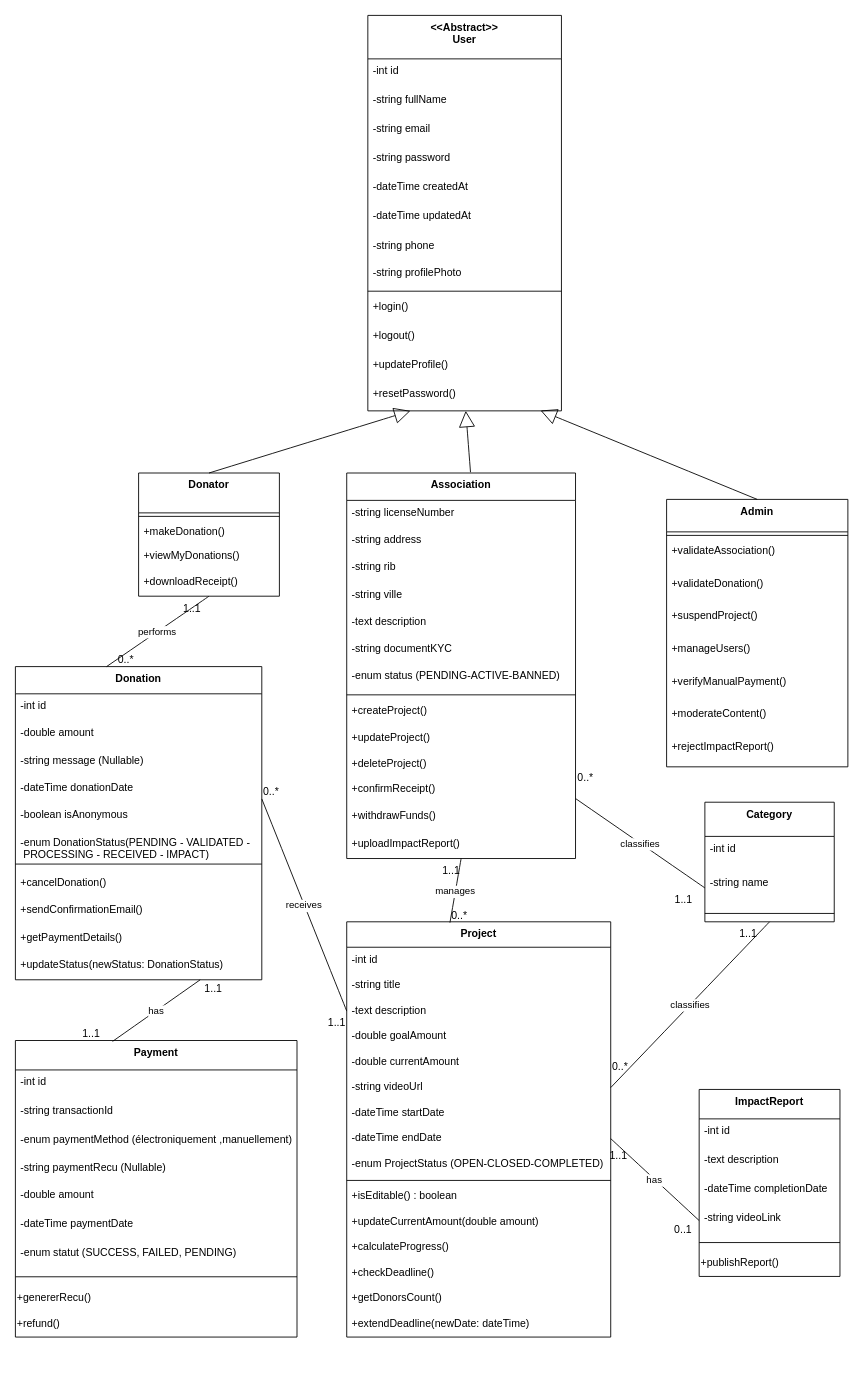
khadijaabirat/fil-rouge keeps this draw.io diagram as DiagrammeDeClasse.drawio. Above is the earlier version. Source tidied: cells renumbered, new cells numbered last; positions are measured from the earlier drawing's top-left corner, leaving out a move shared by most shapes. Both pictures are drawn from the tidied source at 88%, with x=0, y=0 at pixel (15, 15).
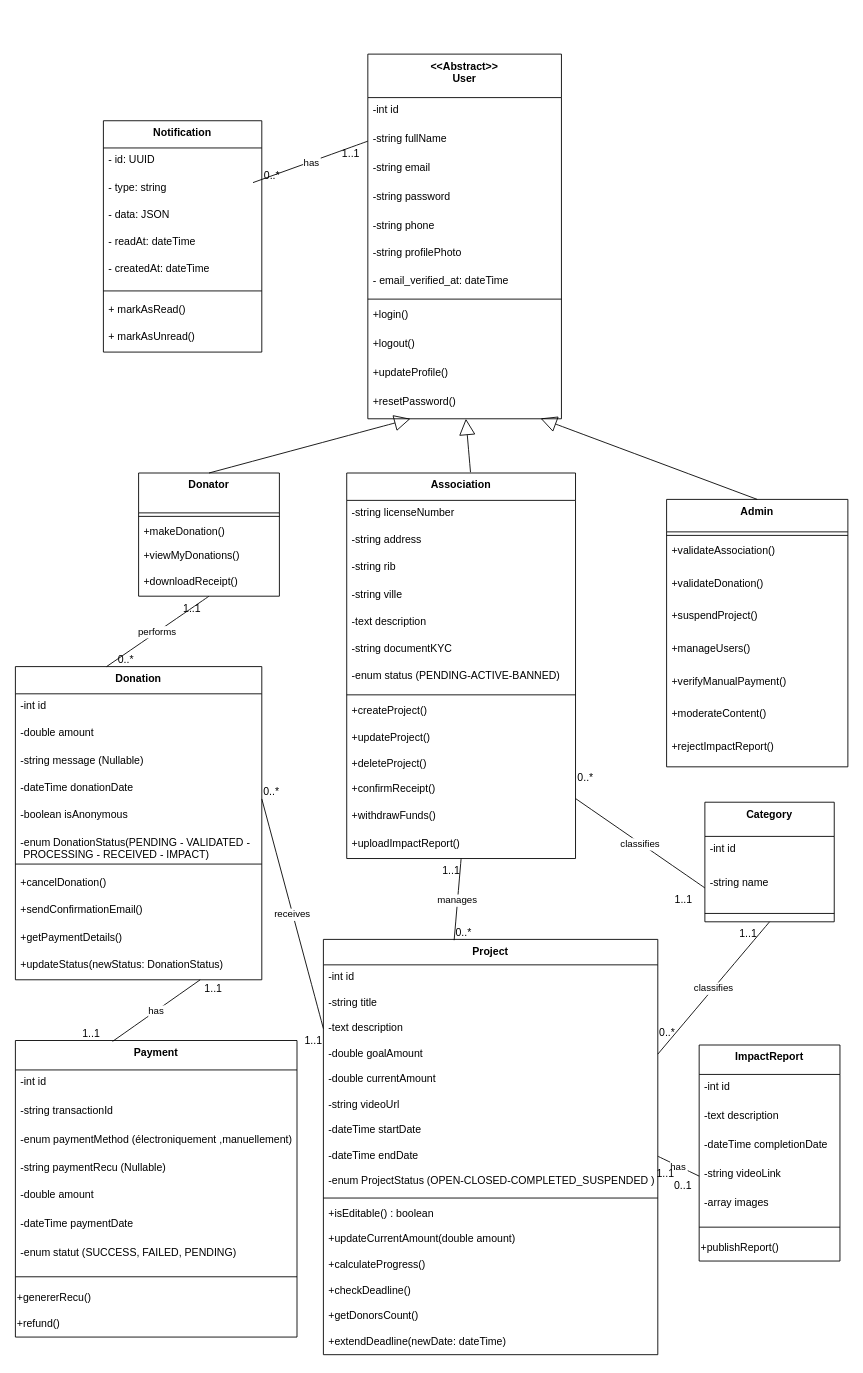
After the change.

Commit message:
docs(diagrams): update class diagram structure

The change refers to these unchanged cells:
```xml
<mxCell id="4" value="-string fullName" style="text;strokeColor=none;fillColor=none;align=left;verticalAlign=top;spacingLeft=4;spacingRight=4;overflow=hidden;points=[[0,0.5],[1,0.5]];portConstraint=eastwest;" parent="2" vertex="1">
  <mxGeometry y="82.4" width="220" height="33" as="geometry" />
</mxCell>
<mxCell id="74" value="Category" style="swimlane;fontStyle=1;align=center;verticalAlign=top;horizontal=1;startSize=38.857142857142854;" parent="1" vertex="1">
  <mxGeometry x="783.5" y="894.1" width="147" height="135.9" as="geometry" />
</mxCell>
```

Change to the diagram source:
```diff
@@
     <mxCell id="2" value="&lt;&lt;Abstract&gt;&gt;&#10;User" style="swimlane;fontStyle=1;align=center;verticalAlign=top;horizontal=1;startSize=49.41176470588235;" parent="1" vertex="1">
-      <mxGeometry x="400.5" width="220" height="449.4" as="geometry" />
+      <mxGeometry x="400.5" y="44" width="220" height="414.4" as="geometry" />
     </mxCell>
@@
-    <mxCell id="7" value="-dateTime createdAt" style="text;strokeColor=none;fillColor=none;align=left;verticalAlign=top;spacingLeft=4;spacingRight=4;overflow=hidden;" parent="2" vertex="1">
-      <mxGeometry y="181.4" width="220" height="33" as="geometry" />
-    </mxCell>
-    <mxCell id="8" value="-dateTime updatedAt" style="text;strokeColor=none;fillColor=none;align=left;verticalAlign=top;spacingLeft=4;spacingRight=4;overflow=hidden;" parent="2" vertex="1">
-      <mxGeometry y="214.4" width="220" height="33" as="geometry" />
-    </mxCell>
     <mxCell id="9" value="-string phone" style="text;strokeColor=none;fillColor=none;align=left;verticalAlign=top;spacingLeft=4;spacingRight=4;overflow=hidden;" parent="2" vertex="1">
-      <mxGeometry y="247.4" width="220" height="31" as="geometry" />
+      <mxGeometry y="181.4" width="220" height="31" as="geometry" />
     </mxCell>
     <mxCell id="10" value="-string profilePhoto" style="text;strokeColor=none;fillColor=none;align=left;verticalAlign=top;spacingLeft=4;spacingRight=4;overflow=hidden;" parent="2" vertex="1">
-      <mxGeometry y="278.4" width="220" height="31" as="geometry" />
+      <mxGeometry y="212.4" width="220" height="31" as="geometry" />
     </mxCell>
+    <mxCell id="120" value="- email_verified_at: dateTime&#10;&#10;" style="text;strokeColor=none;fillColor=none;align=left;verticalAlign=top;spacingLeft=4;spacingRight=4;overflow=hidden;" parent="2" vertex="1">
+      <mxGeometry y="243.4" width="220" height="31" as="geometry" />
+    </mxCell>
     <mxCell id="11" style="line;strokeWidth=1;fillColor=none;align=left;verticalAlign=middle;spacingTop=-1;spacingLeft=3;spacingRight=3;labelPosition=right;strokeColor=inherit;" parent="2" vertex="1">
-      <mxGeometry y="309.4" width="220" height="8" as="geometry" />
+      <mxGeometry y="274.4" width="220" height="8" as="geometry" />
     </mxCell>
     <mxCell id="12" value="+login()" style="text;strokeColor=none;fillColor=none;align=left;verticalAlign=top;spacingLeft=4;spacingRight=4;overflow=hidden;" parent="2" vertex="1">
-      <mxGeometry y="317.4" width="220" height="33" as="geometry" />
+      <mxGeometry y="282.4" width="220" height="33" as="geometry" />
     </mxCell>
     <mxCell id="13" value="+logout()" style="text;strokeColor=none;fillColor=none;align=left;verticalAlign=top;spacingLeft=4;spacingRight=4;overflow=hidden;" parent="2" vertex="1">
-      <mxGeometry y="350.4" width="220" height="33" as="geometry" />
+      <mxGeometry y="315.4" width="220" height="33" as="geometry" />
     </mxCell>
     <mxCell id="14" value="+updateProfile()" style="text;strokeColor=none;fillColor=none;align=left;verticalAlign=top;spacingLeft=4;spacingRight=4;overflow=hidden;" parent="2" vertex="1">
-      <mxGeometry y="383.4" width="220" height="33" as="geometry" />
+      <mxGeometry y="348.4" width="220" height="33" as="geometry" />
     </mxCell>
     <mxCell id="15" value="+resetPassword()&#10;&#10;" style="text;strokeColor=none;fillColor=none;align=left;verticalAlign=top;spacingLeft=4;spacingRight=4;overflow=hidden;points=[[0,0.5],[1,0.5]];portConstraint=eastwest;" parent="2" vertex="1">
-      <mxGeometry y="416.4" width="220" height="33" as="geometry" />
+      <mxGeometry y="381.4" width="220" height="33" as="geometry" />
     </mxCell>
@@
     <mxCell id="45" value="Project" style="swimlane;fontStyle=1;align=center;verticalAlign=top;horizontal=1;startSize=28.923076923076923;" parent="1" vertex="1">
-      <mxGeometry x="376.5" y="1030" width="300" height="471.9" as="geometry" />
+      <mxGeometry x="350" y="1050" width="380" height="471.9" as="geometry" />
     </mxCell>
     <mxCell id="46" value="-int id" style="text;strokeColor=none;fillColor=none;align=left;verticalAlign=top;spacingLeft=4;spacingRight=4;overflow=hidden;" parent="45" vertex="1">
-      <mxGeometry y="28.9" width="300" height="29" as="geometry" />
+      <mxGeometry y="28.9" width="380" height="29" as="geometry" />
     </mxCell>
     <mxCell id="47" value="-string title" style="text;strokeColor=none;fillColor=none;align=left;verticalAlign=top;spacingLeft=4;spacingRight=4;overflow=hidden;" parent="45" vertex="1">
-      <mxGeometry y="57.9" width="300" height="29" as="geometry" />
+      <mxGeometry y="57.9" width="380" height="29" as="geometry" />
     </mxCell>
     <mxCell id="48" value="-text description" style="text;strokeColor=none;fillColor=none;align=left;verticalAlign=top;spacingLeft=4;spacingRight=4;overflow=hidden;points=[[0,0.5],[1,0.5]];portConstraint=eastwest;" parent="45" vertex="1">
-      <mxGeometry y="86.9" width="300" height="29" as="geometry" />
+      <mxGeometry y="86.9" width="380" height="29" as="geometry" />
     </mxCell>
     <mxCell id="49" value="-double goalAmount" style="text;strokeColor=none;fillColor=none;align=left;verticalAlign=top;spacingLeft=4;spacingRight=4;overflow=hidden;points=[[0,0.5],[1,0.5]];portConstraint=eastwest;" parent="45" vertex="1">
-      <mxGeometry y="115.9" width="300" height="29" as="geometry" />
+      <mxGeometry y="115.9" width="380" height="29" as="geometry" />
     </mxCell>
     <mxCell id="50" value="-double currentAmount" style="text;strokeColor=none;fillColor=none;align=left;verticalAlign=top;spacingLeft=4;spacingRight=4;overflow=hidden;" parent="45" vertex="1">
-      <mxGeometry y="144.9" width="300" height="29" as="geometry" />
+      <mxGeometry y="144.9" width="380" height="29" as="geometry" />
     </mxCell>
     <mxCell id="51" value="-string videoUrl" style="text;strokeColor=none;fillColor=none;align=left;verticalAlign=top;spacingLeft=4;spacingRight=4;overflow=hidden;points=[[0,0.5],[1,0.5]];portConstraint=eastwest;" parent="45" vertex="1">
-      <mxGeometry y="173.9" width="300" height="29" as="geometry" />
+      <mxGeometry y="173.9" width="380" height="29" as="geometry" />
     </mxCell>
     <mxCell id="52" value="-dateTime startDate" style="text;strokeColor=none;fillColor=none;align=left;verticalAlign=top;spacingLeft=4;spacingRight=4;overflow=hidden;" parent="45" vertex="1">
-      <mxGeometry y="202.9" width="300" height="29" as="geometry" />
+      <mxGeometry y="202.9" width="380" height="29" as="geometry" />
     </mxCell>
     <mxCell id="53" value="-dateTime endDate" style="text;strokeColor=none;fillColor=none;align=left;verticalAlign=top;spacingLeft=4;spacingRight=4;overflow=hidden;points=[[0,0.5],[1,0.5]];portConstraint=eastwest;" parent="45" vertex="1">
-      <mxGeometry y="231.9" width="300" height="29" as="geometry" />
+      <mxGeometry y="231.9" width="380" height="29" as="geometry" />
     </mxCell>
-    <mxCell id="54" value="-enum ProjectStatus (OPEN-CLOSED-COMPLETED)" style="text;strokeColor=none;fillColor=none;align=left;verticalAlign=top;spacingLeft=4;spacingRight=4;overflow=hidden;" parent="45" vertex="1">
-      <mxGeometry y="260.9" width="300" height="29" as="geometry" />
+    <mxCell id="54" value="-enum ProjectStatus (OPEN-CLOSED-COMPLETED_SUSPENDED )" style="text;strokeColor=none;fillColor=none;align=left;verticalAlign=top;spacingLeft=4;spacingRight=4;overflow=hidden;" parent="45" vertex="1">
+      <mxGeometry y="260.9" width="380" height="29" as="geometry" />
     </mxCell>
     <mxCell id="55" style="line;strokeWidth=1;fillColor=none;align=left;verticalAlign=middle;spacingTop=-1;spacingLeft=3;spacingRight=3;labelPosition=right;strokeColor=inherit;" parent="45" vertex="1">
-      <mxGeometry y="289.9" width="300" height="8" as="geometry" />
+      <mxGeometry y="289.9" width="380" height="8" as="geometry" />
     </mxCell>
     <mxCell id="56" value="+isEditable() : boolean" style="text;strokeColor=none;fillColor=none;align=left;verticalAlign=top;spacingLeft=4;spacingRight=4;overflow=hidden;" parent="45" vertex="1">
-      <mxGeometry y="297.9" width="300" height="29" as="geometry" />
+      <mxGeometry y="297.9" width="380" height="29" as="geometry" />
     </mxCell>
     <mxCell id="57" value="+updateCurrentAmount(double amount)" style="text;strokeColor=none;fillColor=none;align=left;verticalAlign=top;spacingLeft=4;spacingRight=4;overflow=hidden;" parent="45" vertex="1">
-      <mxGeometry y="326.9" width="300" height="29" as="geometry" />
+      <mxGeometry y="326.9" width="380" height="29" as="geometry" />
     </mxCell>
     <mxCell id="58" value="+calculateProgress()" style="text;strokeColor=none;fillColor=none;align=left;verticalAlign=top;spacingLeft=4;spacingRight=4;overflow=hidden;" parent="45" vertex="1">
-      <mxGeometry y="355.9" width="300" height="29" as="geometry" />
+      <mxGeometry y="355.9" width="380" height="29" as="geometry" />
     </mxCell>
     <mxCell id="59" value="+checkDeadline()" style="text;strokeColor=none;fillColor=none;align=left;verticalAlign=top;spacingLeft=4;spacingRight=4;overflow=hidden;" parent="45" vertex="1">
-      <mxGeometry y="384.9" width="300" height="29" as="geometry" />
+      <mxGeometry y="384.9" width="380" height="29" as="geometry" />
     </mxCell>
     <mxCell id="60" value="+getDonorsCount()" style="text;strokeColor=none;fillColor=none;align=left;verticalAlign=top;spacingLeft=4;spacingRight=4;overflow=hidden;" parent="45" vertex="1">
-      <mxGeometry y="413.9" width="300" height="29" as="geometry" />
+      <mxGeometry y="413.9" width="380" height="29" as="geometry" />
     </mxCell>
     <mxCell id="61" value="+extendDeadline(newDate: dateTime)&#10;&#10;" style="text;strokeColor=none;fillColor=none;align=left;verticalAlign=top;spacingLeft=4;spacingRight=4;overflow=hidden;" parent="45" vertex="1">
-      <mxGeometry y="442.9" width="300" height="29" as="geometry" />
+      <mxGeometry y="442.9" width="380" height="29" as="geometry" />
     </mxCell>
@@
     <mxCell id="78" value="ImpactReport" style="swimlane;fontStyle=1;align=center;verticalAlign=top;horizontal=1;startSize=33.45454545454545;" parent="1" vertex="1">
-      <mxGeometry x="777" y="1220.5" width="160" height="212.5" as="geometry" />
+      <mxGeometry x="777" y="1170" width="160" height="245.5" as="geometry" />
     </mxCell>
@@
+    <mxCell id="121" value="-array images" style="text;strokeColor=none;fillColor=none;align=left;verticalAlign=top;spacingLeft=4;spacingRight=4;overflow=hidden;" parent="78" vertex="1">
+      <mxGeometry y="165.5" width="160" height="33" as="geometry" />
+    </mxCell>
     <mxCell id="83" style="line;strokeWidth=1;fillColor=none;align=left;verticalAlign=middle;spacingTop=-1;spacingLeft=3;spacingRight=3;labelPosition=right;strokeColor=inherit;" parent="78" vertex="1">
-      <mxGeometry y="165.5" width="160" height="17" as="geometry" />
+      <mxGeometry y="198.5" width="160" height="17" as="geometry" />
     </mxCell>
     <mxCell id="84" value="+publishReport()" style="text;html=1;whiteSpace=wrap;strokeColor=none;fillColor=none;align=left;verticalAlign=middle;rounded=0;" parent="78" vertex="1">
-      <mxGeometry y="182.5" width="160" height="30" as="geometry" />
+      <mxGeometry y="215.5" width="160" height="30" as="geometry" />
     </mxCell>
@@
-    <mxCell id="88" value="classifies" style="curved=1;startArrow=none;endArrow=none;exitX=0.5;exitY=1;entryX=1;entryY=0.5;rounded=0;entryDx=0;entryDy=0;" parent="1" edge="1" source="74" target="51">
+    <mxCell id="88" value="classifies" style="curved=1;startArrow=none;endArrow=none;exitX=0.5;exitY=1;entryX=1;entryY=0.5;rounded=0;entryDx=0;entryDy=0;" parent="1" edge="1" source="74" target="49">
       <mxGeometry relative="1" as="geometry" />
     </mxCell>
@@
+    <mxCell id="122" value="Notification" style="swimlane;fontStyle=1;align=center;verticalAlign=top;horizontal=1;startSize=30.933333333333334;" parent="1" vertex="1">
+      <mxGeometry x="100" y="119.7" width="180" height="262.9" as="geometry" />
+    </mxCell>
+    <mxCell id="123" value="- id: UUID" style="text;strokeColor=none;fillColor=none;align=left;verticalAlign=top;spacingLeft=4;spacingRight=4;overflow=hidden;" parent="122" vertex="1">
+      <mxGeometry y="30.9" width="180" height="31" as="geometry" />
+    </mxCell>
+    <mxCell id="124" value="- type: string" style="text;strokeColor=none;fillColor=none;align=left;verticalAlign=top;spacingLeft=4;spacingRight=4;overflow=hidden;" parent="122" vertex="1">
+      <mxGeometry y="61.9" width="180" height="31" as="geometry" />
+    </mxCell>
+    <mxCell id="125" value="- data: JSON" style="text;strokeColor=none;fillColor=none;align=left;verticalAlign=top;spacingLeft=4;spacingRight=4;overflow=hidden;" parent="122" vertex="1">
+      <mxGeometry y="92.9" width="180" height="31" as="geometry" />
+    </mxCell>
+    <mxCell id="126" value="- readAt: dateTime" style="text;strokeColor=none;fillColor=none;align=left;verticalAlign=top;spacingLeft=4;spacingRight=4;overflow=hidden;" parent="122" vertex="1">
+      <mxGeometry y="123.9" width="180" height="31" as="geometry" />
+    </mxCell>
+    <mxCell id="127" value="- createdAt: dateTime" style="text;strokeColor=none;fillColor=none;align=left;verticalAlign=top;spacingLeft=4;spacingRight=4;overflow=hidden;" parent="122" vertex="1">
+      <mxGeometry y="154.9" width="180" height="31" as="geometry" />
+    </mxCell>
+    <mxCell id="128" style="line;strokeWidth=1;fillColor=none;align=left;verticalAlign=middle;spacingTop=-1;spacingLeft=3;spacingRight=3;labelPosition=right;strokeColor=inherit;" parent="122" vertex="1">
+      <mxGeometry y="185.9" width="180" height="15" as="geometry" />
+    </mxCell>
+    <mxCell id="129" value="+ markAsRead()" style="text;strokeColor=none;fillColor=none;align=left;verticalAlign=top;spacingLeft=4;spacingRight=4;overflow=hidden;" parent="122" vertex="1">
+      <mxGeometry y="200.9" width="180" height="31" as="geometry" />
+    </mxCell>
+    <mxCell id="130" value="+ markAsUnread()" style="text;strokeColor=none;fillColor=none;align=left;verticalAlign=top;spacingLeft=4;spacingRight=4;overflow=hidden;" parent="122" vertex="1">
+      <mxGeometry y="231.9" width="180" height="31" as="geometry" />
+    </mxCell>
+    <mxCell id="131" value="has" style="curved=1;startArrow=none;endArrow=none;exitX=0;exitY=0.5;entryX=0.37;entryY=0;rounded=0;exitDx=0;exitDy=0;" parent="1" edge="1" source="4">
+      <mxGeometry x="-0.02" y="1" relative="1" as="geometry">
+        <mxPoint x="270" y="190" as="targetPoint" />
+      </mxGeometry>
+    </mxCell>
+    <mxCell id="132" value="1..1" style="edgeLabel;labelBackgroundColor=none;fontSize=12;align=right;verticalAlign=top;" parent="131" vertex="1">
+      <mxGeometry x="-1" relative="1" as="geometry">
+        <mxPoint x="-8" as="offset" />
+      </mxGeometry>
+    </mxCell>
+    <mxCell id="133" value="0..*" style="edgeLabel;labelBackgroundColor=none;fontSize=12;align=left;verticalAlign=bottom;" parent="131" vertex="1">
+      <mxGeometry x="1" relative="1" as="geometry">
+        <mxPoint x="11" as="offset" />
+      </mxGeometry>
+    </mxCell>
```
